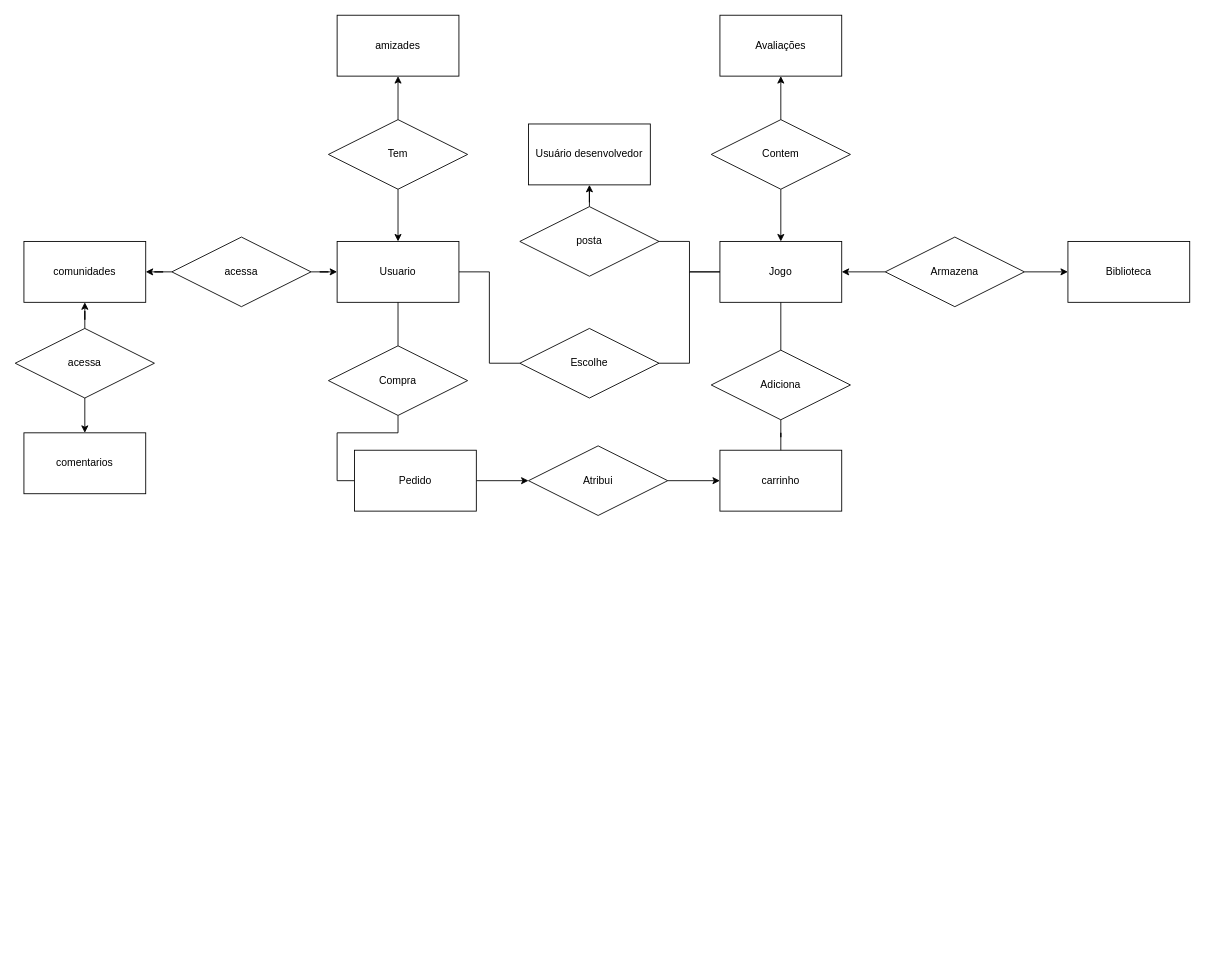
Above: server/nerd_db.drawio in retr0lbb/N.E.R.D (draw.io), before the change. Source tidied: cells renumbered, new cells numbered last; positions are measured from the earlier drawing's top-left corner, leaving out a move shared by most shapes. Both pictures are drawn from the tidied source at 87%, with x=0, y=0 at pixel (15, 15).
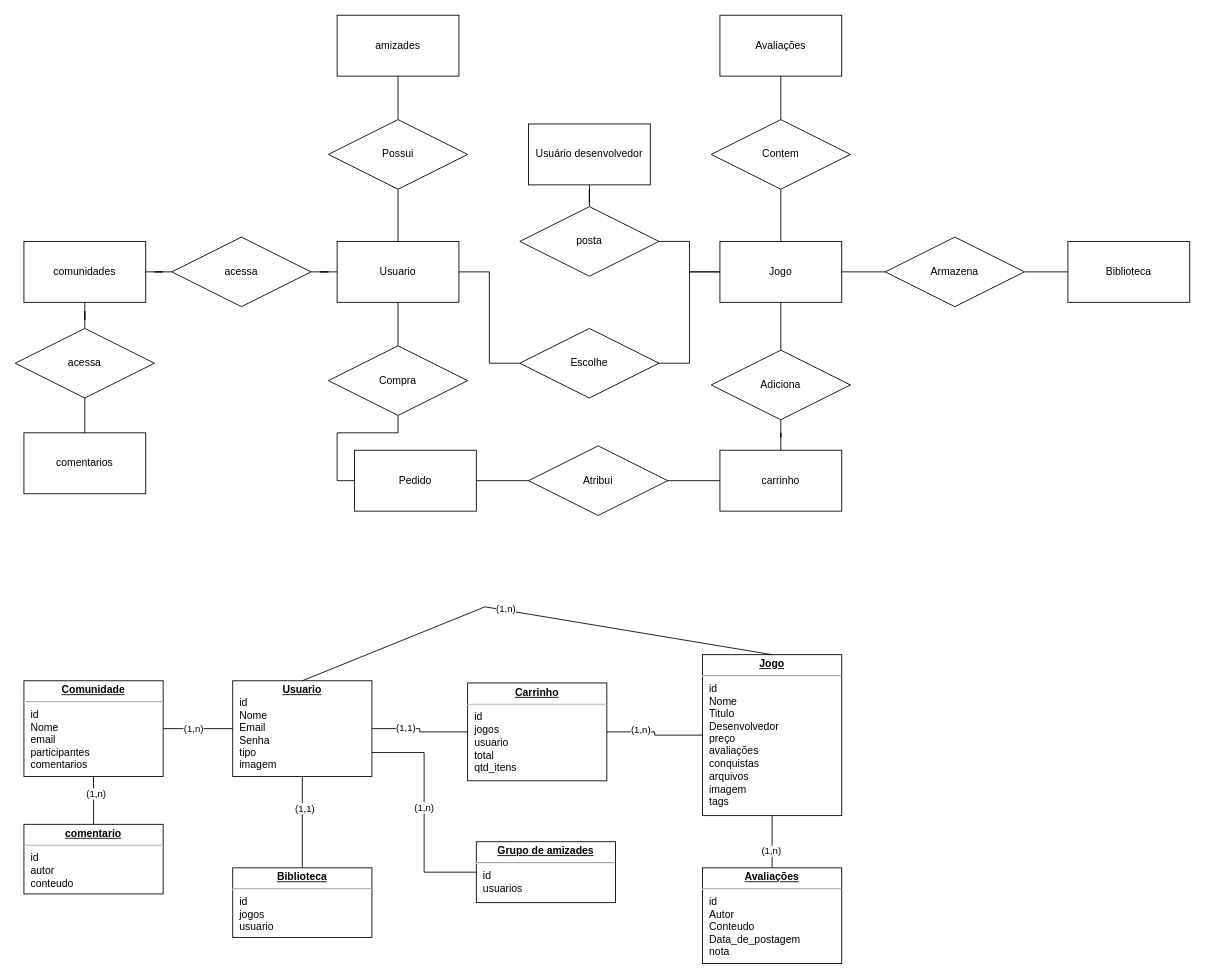
The same page after the edit.

The change refers to these unchanged cells:
```xml
<mxCell id="3" value="Usuario" style="rounded=0;whiteSpace=wrap;html=1;" parent="1" vertex="1">
  <mxGeometry x="370" y="260" width="140" height="70" as="geometry" />
</mxCell>
<mxCell id="4" value="Jogo" style="rounded=0;whiteSpace=wrap;html=1;" parent="1" vertex="1">
  <mxGeometry x="810" y="260" width="140" height="70" as="geometry" />
</mxCell>
<mxCell id="5" value="Biblioteca" style="rounded=0;whiteSpace=wrap;html=1;" parent="1" vertex="1">
  <mxGeometry x="1210" y="260" width="140" height="70" as="geometry" />
</mxCell>
<mxCell id="6" value="carrinho" style="rounded=0;whiteSpace=wrap;html=1;" parent="1" vertex="1">
  <mxGeometry x="810" y="500" width="140" height="70" as="geometry" />
</mxCell>
<mxCell id="7" value="amizades" style="rounded=0;whiteSpace=wrap;html=1;" parent="1" vertex="1">
  <mxGeometry x="370" width="140" height="70" as="geometry" />
</mxCell>
<mxCell id="8" value="comunidades" style="rounded=0;whiteSpace=wrap;html=1;" parent="1" vertex="1">
  <mxGeometry x="10" y="260" width="140" height="70" as="geometry" />
</mxCell>
<mxCell id="9" value="comentarios" style="rounded=0;whiteSpace=wrap;html=1;" parent="1" vertex="1">
  <mxGeometry x="10" y="480" width="140" height="70" as="geometry" />
</mxCell>
<mxCell id="10" value="Avaliações" style="rounded=0;whiteSpace=wrap;html=1;" parent="1" vertex="1">
  <mxGeometry x="810" width="140" height="70" as="geometry" />
</mxCell>
<mxCell id="13" value="Usuário desenvolvedor" style="rounded=0;whiteSpace=wrap;html=1;" parent="1" vertex="1">
  <mxGeometry x="590" y="125" width="140" height="70" as="geometry" />
</mxCell>
<mxCell id="21" value="Pedido" style="rounded=0;whiteSpace=wrap;html=1;" parent="1" vertex="1">
  <mxGeometry x="390" y="500" width="140" height="70" as="geometry" />
</mxCell>
<mxCell id="23" value="Atribui" style="rhombus;whiteSpace=wrap;html=1;" parent="1" vertex="1">
  <mxGeometry x="590" y="495" width="160" height="80" as="geometry" />
</mxCell>
<mxCell id="26" value="Armazena" style="rhombus;whiteSpace=wrap;html=1;" parent="1" vertex="1">
  <mxGeometry x="1000" y="255" width="160" height="80" as="geometry" />
</mxCell>
<mxCell id="29" value="Contem" style="rhombus;whiteSpace=wrap;html=1;" parent="1" vertex="1">
  <mxGeometry x="800" y="120" width="160" height="80" as="geometry" />
</mxCell>
<mxCell id="35" value="posta" style="rhombus;whiteSpace=wrap;html=1;" parent="1" vertex="1">
  <mxGeometry x="580" y="220" width="160" height="80" as="geometry" />
</mxCell>
<mxCell id="38" value="acessa" style="rhombus;whiteSpace=wrap;html=1;" parent="1" vertex="1">
  <mxGeometry x="180" y="255" width="160" height="80" as="geometry" />
</mxCell>
<mxCell id="41" value="acessa" style="rhombus;whiteSpace=wrap;html=1;" parent="1" vertex="1">
  <mxGeometry y="360" width="160" height="80" as="geometry" />
</mxCell>
```

The edit, as a diff of the source:
```diff
@@
-    <mxCell id="20" style="edgeStyle=orthogonalEdgeStyle;rounded=0;jettySize=auto;html=1;entryX=0;entryY=0.5;entryDx=0;entryDy=0;" parent="1" edge="1" source="21" target="23">
+    <mxCell id="20" style="edgeStyle=orthogonalEdgeStyle;rounded=0;jettySize=auto;html=1;entryX=0;entryY=0.5;entryDx=0;entryDy=0;endArrow=none;endFill=0;" parent="1" edge="1" source="21" target="23">
       <mxGeometry relative="1" as="geometry" />
     </mxCell>
@@
-    <mxCell id="22" style="edgeStyle=orthogonalEdgeStyle;rounded=0;jettySize=auto;html=1;entryX=0;entryY=0.5;entryDx=0;entryDy=0;" parent="1" edge="1" source="23" target="6">
+    <mxCell id="22" style="edgeStyle=orthogonalEdgeStyle;rounded=0;jettySize=auto;html=1;entryX=0;entryY=0.5;entryDx=0;entryDy=0;endArrow=none;endFill=0;" parent="1" edge="1" source="23" target="6">
       <mxGeometry relative="1" as="geometry" />
     </mxCell>
@@
-    <mxCell id="24" style="edgeStyle=orthogonalEdgeStyle;rounded=0;jettySize=auto;html=1;entryX=1;entryY=0.5;entryDx=0;entryDy=0;" parent="1" edge="1" source="26" target="4">
+    <mxCell id="24" style="edgeStyle=orthogonalEdgeStyle;rounded=0;jettySize=auto;html=1;entryX=1;entryY=0.5;entryDx=0;entryDy=0;endArrow=none;endFill=0;" parent="1" edge="1" source="26" target="4">
       <mxGeometry relative="1" as="geometry" />
     </mxCell>
-    <mxCell id="25" style="edgeStyle=orthogonalEdgeStyle;rounded=0;jettySize=auto;html=1;entryX=0;entryY=0.5;entryDx=0;entryDy=0;" parent="1" edge="1" source="26" target="5">
+    <mxCell id="25" style="edgeStyle=orthogonalEdgeStyle;rounded=0;jettySize=auto;html=1;entryX=0;entryY=0.5;entryDx=0;entryDy=0;endArrow=none;endFill=0;" parent="1" edge="1" source="26" target="5">
       <mxGeometry relative="1" as="geometry" />
     </mxCell>
@@
-    <mxCell id="27" style="edgeStyle=orthogonalEdgeStyle;rounded=0;jettySize=auto;html=1;entryX=0.5;entryY=1;entryDx=0;entryDy=0;" parent="1" edge="1" source="29" target="10">
+    <mxCell id="27" style="edgeStyle=orthogonalEdgeStyle;rounded=0;jettySize=auto;html=1;entryX=0.5;entryY=1;entryDx=0;entryDy=0;endArrow=none;endFill=0;" parent="1" edge="1" source="29" target="10">
       <mxGeometry relative="1" as="geometry" />
     </mxCell>
-    <mxCell id="28" style="edgeStyle=orthogonalEdgeStyle;rounded=0;jettySize=auto;html=1;" parent="1" edge="1" source="29" target="4">
+    <mxCell id="28" style="edgeStyle=orthogonalEdgeStyle;rounded=0;jettySize=auto;html=1;endArrow=none;endFill=0;" parent="1" edge="1" source="29" target="4">
       <mxGeometry relative="1" as="geometry" />
     </mxCell>
@@
-    <mxCell id="30" style="edgeStyle=orthogonalEdgeStyle;rounded=0;jettySize=auto;html=1;entryX=0.5;entryY=1;entryDx=0;entryDy=0;" parent="1" edge="1" source="32" target="7">
+    <mxCell id="30" style="edgeStyle=orthogonalEdgeStyle;rounded=0;jettySize=auto;html=1;entryX=0.5;entryY=1;entryDx=0;entryDy=0;endArrow=none;endFill=0;" parent="1" edge="1" source="32" target="7">
       <mxGeometry relative="1" as="geometry" />
     </mxCell>
-    <mxCell id="31" style="edgeStyle=orthogonalEdgeStyle;rounded=0;jettySize=auto;html=1;" parent="1" edge="1" source="32" target="3">
+    <mxCell id="31" style="edgeStyle=orthogonalEdgeStyle;rounded=0;jettySize=auto;html=1;endArrow=none;endFill=0;" parent="1" edge="1" source="32" target="3">
       <mxGeometry relative="1" as="geometry" />
     </mxCell>
-    <mxCell id="32" value="Tem" style="rhombus;whiteSpace=wrap;html=1;" parent="1" vertex="1">
+    <mxCell id="32" value="Possui" style="rhombus;whiteSpace=wrap;html=1;" parent="1" vertex="1">
       <mxGeometry x="360" y="120" width="160" height="80" as="geometry" />
     </mxCell>
-    <mxCell id="33" style="edgeStyle=orthogonalEdgeStyle;rounded=0;jettySize=auto;html=1;entryX=0.5;entryY=1;entryDx=0;entryDy=0;" parent="1" edge="1" source="35" target="13">
+    <mxCell id="33" style="edgeStyle=orthogonalEdgeStyle;rounded=0;jettySize=auto;html=1;entryX=0.5;entryY=1;entryDx=0;entryDy=0;endArrow=none;endFill=0;" parent="1" edge="1" source="35" target="13">
       <mxGeometry relative="1" as="geometry" />
     </mxCell>
@@
-    <mxCell id="36" style="edgeStyle=orthogonalEdgeStyle;rounded=0;jettySize=auto;html=1;entryX=1;entryY=0.5;entryDx=0;entryDy=0;" parent="1" edge="1" source="38" target="8">
+    <mxCell id="36" style="edgeStyle=orthogonalEdgeStyle;rounded=0;jettySize=auto;html=1;entryX=1;entryY=0.5;entryDx=0;entryDy=0;endArrow=none;endFill=0;" parent="1" edge="1" source="38" target="8">
       <mxGeometry relative="1" as="geometry" />
     </mxCell>
-    <mxCell id="37" style="edgeStyle=orthogonalEdgeStyle;rounded=0;jettySize=auto;html=1;" parent="1" edge="1" source="38" target="3">
+    <mxCell id="37" style="edgeStyle=orthogonalEdgeStyle;rounded=0;jettySize=auto;html=1;endArrow=none;endFill=0;" parent="1" edge="1" source="38" target="3">
       <mxGeometry relative="1" as="geometry" />
     </mxCell>
@@
-    <mxCell id="39" style="edgeStyle=orthogonalEdgeStyle;rounded=0;jettySize=auto;html=1;entryX=0.5;entryY=1;entryDx=0;entryDy=0;" parent="1" edge="1" source="41" target="8">
+    <mxCell id="39" style="edgeStyle=orthogonalEdgeStyle;rounded=0;jettySize=auto;html=1;entryX=0.5;entryY=1;entryDx=0;entryDy=0;endArrow=none;endFill=0;" parent="1" edge="1" source="41" target="8">
       <mxGeometry relative="1" as="geometry" />
     </mxCell>
-    <mxCell id="40" style="edgeStyle=orthogonalEdgeStyle;rounded=0;jettySize=auto;html=1;entryX=0.5;entryY=0;entryDx=0;entryDy=0;" parent="1" edge="1" source="41" target="9">
+    <mxCell id="40" style="edgeStyle=orthogonalEdgeStyle;rounded=0;jettySize=auto;html=1;entryX=0.5;entryY=0;entryDx=0;entryDy=0;endArrow=none;endFill=0;" parent="1" edge="1" source="41" target="9">
       <mxGeometry relative="1" as="geometry" />
     </mxCell>
@@
+    <mxCell id="42" value="&lt;p style=&quot;margin:0px;margin-top:4px;text-align:center;text-decoration:underline;&quot;&gt;&lt;b&gt;Usuario&lt;/b&gt;&lt;/p&gt;&lt;p style=&quot;margin:0px;margin-left:8px;&quot;&gt;id&lt;/p&gt;&lt;p style=&quot;margin:0px;margin-left:8px;&quot;&gt;Nome&lt;/p&gt;&lt;p style=&quot;margin:0px;margin-left:8px;&quot;&gt;Email&lt;/p&gt;&lt;p style=&quot;margin:0px;margin-left:8px;&quot;&gt;Senha&lt;/p&gt;&lt;p style=&quot;margin:0px;margin-left:8px;&quot;&gt;tipo&lt;/p&gt;&lt;p style=&quot;margin:0px;margin-left:8px;&quot;&gt;imagem&lt;/p&gt;" style="verticalAlign=top;align=left;overflow=fill;fontSize=12;fontFamily=Helvetica;html=1;whiteSpace=wrap;" parent="1" vertex="1">
+      <mxGeometry x="250" y="765" width="160" height="110" as="geometry" />
+    </mxCell>
+    <mxCell id="43" value="&lt;p style=&quot;margin:0px;margin-top:4px;text-align:center;text-decoration:underline;&quot;&gt;&lt;b&gt;Jogo&lt;/b&gt;&lt;/p&gt;&lt;hr&gt;&lt;p style=&quot;margin:0px;margin-left:8px;&quot;&gt;id&lt;/p&gt;&lt;p style=&quot;margin:0px;margin-left:8px;&quot;&gt;Nome&lt;/p&gt;&lt;p style=&quot;margin:0px;margin-left:8px;&quot;&gt;Titulo&lt;/p&gt;&lt;p style=&quot;margin:0px;margin-left:8px;&quot;&gt;Desenvolvedor&lt;/p&gt;&lt;p style=&quot;margin:0px;margin-left:8px;&quot;&gt;preço&lt;/p&gt;&lt;p style=&quot;margin:0px;margin-left:8px;&quot;&gt;avaliações&lt;/p&gt;&lt;p style=&quot;margin:0px;margin-left:8px;&quot;&gt;conquistas&lt;/p&gt;&lt;p style=&quot;margin:0px;margin-left:8px;&quot;&gt;arquivos&lt;/p&gt;&lt;p style=&quot;margin:0px;margin-left:8px;&quot;&gt;imagem&lt;/p&gt;&lt;p style=&quot;margin:0px;margin-left:8px;&quot;&gt;tags&lt;/p&gt;" style="verticalAlign=top;align=left;overflow=fill;fontSize=12;fontFamily=Helvetica;html=1;whiteSpace=wrap;" parent="1" vertex="1">
+      <mxGeometry x="790" y="735" width="160" height="185" as="geometry" />
+    </mxCell>
+    <mxCell id="44" style="edgeStyle=orthogonalEdgeStyle;rounded=0;jettySize=auto;html=1;entryX=0.5;entryY=1;entryDx=0;entryDy=0;endArrow=none;endFill=0;" parent="1" edge="1" source="46" target="42">
+      <mxGeometry relative="1" as="geometry" />
+    </mxCell>
+    <mxCell id="45" value="(1,1)" style="edgeLabel;html=1;align=center;verticalAlign=middle;" parent="44" vertex="1">
+      <mxGeometry x="0.32" y="-2" relative="1" as="geometry" />
+    </mxCell>
+    <mxCell id="46" value="&lt;p style=&quot;margin:0px;margin-top:4px;text-align:center;text-decoration:underline;&quot;&gt;&lt;b&gt;Biblioteca&lt;/b&gt;&lt;/p&gt;&lt;hr&gt;&lt;p style=&quot;margin:0px;margin-left:8px;&quot;&gt;id&lt;/p&gt;&lt;p style=&quot;margin:0px;margin-left:8px;&quot;&gt;jogos&lt;/p&gt;&lt;p style=&quot;margin:0px;margin-left:8px;&quot;&gt;usuario&lt;/p&gt;" style="verticalAlign=top;align=left;overflow=fill;fontSize=12;fontFamily=Helvetica;html=1;whiteSpace=wrap;" parent="1" vertex="1">
+      <mxGeometry x="250" y="980" width="160" height="80" as="geometry" />
+    </mxCell>
+    <mxCell id="47" value="&lt;p style=&quot;margin:0px;margin-top:4px;text-align:center;text-decoration:underline;&quot;&gt;&lt;b&gt;Carrinho&lt;/b&gt;&lt;/p&gt;&lt;hr&gt;&lt;p style=&quot;margin:0px;margin-left:8px;&quot;&gt;id&lt;/p&gt;&lt;p style=&quot;margin:0px;margin-left:8px;&quot;&gt;jogos&lt;/p&gt;&lt;p style=&quot;margin:0px;margin-left:8px;&quot;&gt;usuario&lt;/p&gt;&lt;p style=&quot;margin:0px;margin-left:8px;&quot;&gt;total&lt;/p&gt;&lt;p style=&quot;margin:0px;margin-left:8px;&quot;&gt;qtd_itens&lt;/p&gt;" style="verticalAlign=top;align=left;overflow=fill;fontSize=12;fontFamily=Helvetica;html=1;whiteSpace=wrap;" parent="1" vertex="1">
+      <mxGeometry x="520" y="767.5" width="160" height="112.5" as="geometry" />
+    </mxCell>
+    <mxCell id="48" style="edgeStyle=orthogonalEdgeStyle;rounded=0;jettySize=auto;html=1;entryX=1;entryY=0.5;entryDx=0;entryDy=0;endArrow=none;endFill=0;exitX=0;exitY=0.5;exitDx=0;exitDy=0;" parent="1" edge="1" source="47" target="42">
+      <mxGeometry relative="1" as="geometry" />
+    </mxCell>
+    <mxCell id="49" value="(1,1)" style="edgeLabel;html=1;align=center;verticalAlign=middle;" parent="48" vertex="1">
+      <mxGeometry x="0.32" y="-2" relative="1" as="geometry" />
+    </mxCell>
+    <mxCell id="50" style="edgeStyle=orthogonalEdgeStyle;rounded=0;jettySize=auto;html=1;entryX=1;entryY=0.5;entryDx=0;entryDy=0;endArrow=none;endFill=0;exitX=0;exitY=0.5;exitDx=0;exitDy=0;" parent="1" edge="1" source="43" target="47">
+      <mxGeometry relative="1" as="geometry" />
+    </mxCell>
+    <mxCell id="51" value="(1,n)" style="edgeLabel;html=1;align=center;verticalAlign=middle;" parent="50" vertex="1">
+      <mxGeometry x="0.32" y="-2" relative="1" as="geometry" />
+    </mxCell>
+    <mxCell id="52" value="&lt;p style=&quot;margin:0px;margin-top:4px;text-align:center;text-decoration:underline;&quot;&gt;&lt;b&gt;Avaliações&lt;/b&gt;&lt;/p&gt;&lt;hr&gt;&lt;p style=&quot;margin:0px;margin-left:8px;&quot;&gt;id&lt;/p&gt;&lt;p style=&quot;margin:0px;margin-left:8px;&quot;&gt;Autor&lt;/p&gt;&lt;p style=&quot;margin:0px;margin-left:8px;&quot;&gt;Conteudo&lt;/p&gt;&lt;p style=&quot;margin:0px;margin-left:8px;&quot;&gt;Data_de_postagem&lt;/p&gt;&lt;p style=&quot;margin:0px;margin-left:8px;&quot;&gt;nota&lt;/p&gt;" style="verticalAlign=top;align=left;overflow=fill;fontSize=12;fontFamily=Helvetica;html=1;whiteSpace=wrap;" parent="1" vertex="1">
+      <mxGeometry x="790" y="980" width="160" height="110" as="geometry" />
+    </mxCell>
+    <mxCell id="53" style="edgeStyle=orthogonalEdgeStyle;rounded=0;jettySize=auto;html=1;entryX=0.5;entryY=0;entryDx=0;entryDy=0;endArrow=none;endFill=0;exitX=0.5;exitY=1;exitDx=0;exitDy=0;" parent="1" edge="1" source="43" target="52">
+      <mxGeometry relative="1" as="geometry" />
+    </mxCell>
+    <mxCell id="54" value="(1,n)" style="edgeLabel;html=1;align=center;verticalAlign=middle;" parent="53" vertex="1">
+      <mxGeometry x="0.32" y="-2" relative="1" as="geometry" />
+    </mxCell>
+    <mxCell id="55" style="edgeStyle=orthogonalEdgeStyle;rounded=0;jettySize=auto;html=1;entryX=0;entryY=0.5;entryDx=0;entryDy=0;endArrow=none;endFill=0;" parent="1" edge="1" source="57" target="42">
+      <mxGeometry relative="1" as="geometry" />
+    </mxCell>
+    <mxCell id="56" value="(1,n)" style="edgeLabel;html=1;align=center;verticalAlign=middle;" parent="55" vertex="1">
+      <mxGeometry x="-0.15" y="1" relative="1" as="geometry" />
+    </mxCell>
+    <mxCell id="57" value="&lt;p style=&quot;margin:0px;margin-top:4px;text-align:center;text-decoration:underline;&quot;&gt;&lt;b&gt;Comunidade&lt;/b&gt;&lt;/p&gt;&lt;hr&gt;&lt;p style=&quot;margin:0px;margin-left:8px;&quot;&gt;id&lt;/p&gt;&lt;p style=&quot;margin:0px;margin-left:8px;&quot;&gt;Nome&lt;/p&gt;&lt;p style=&quot;margin:0px;margin-left:8px;&quot;&gt;&lt;span style=&quot;background-color: initial;&quot;&gt;email&lt;/span&gt;&lt;/p&gt;&lt;p style=&quot;margin:0px;margin-left:8px;&quot;&gt;&lt;span style=&quot;background-color: initial;&quot;&gt;participantes&lt;/span&gt;&lt;/p&gt;&lt;p style=&quot;margin:0px;margin-left:8px;&quot;&gt;&lt;span style=&quot;background-color: initial;&quot;&gt;comentarios&lt;/span&gt;&lt;/p&gt;" style="verticalAlign=top;align=left;overflow=fill;fontSize=12;fontFamily=Helvetica;html=1;whiteSpace=wrap;" parent="1" vertex="1">
+      <mxGeometry x="10" y="765" width="160" height="110" as="geometry" />
+    </mxCell>
+    <mxCell id="58" value="&lt;p style=&quot;margin:0px;margin-top:4px;text-align:center;text-decoration:underline;&quot;&gt;&lt;b&gt;comentario&lt;/b&gt;&lt;/p&gt;&lt;hr&gt;&lt;p style=&quot;margin:0px;margin-left:8px;&quot;&gt;id&lt;/p&gt;&lt;p style=&quot;margin:0px;margin-left:8px;&quot;&gt;autor&lt;/p&gt;&lt;p style=&quot;margin:0px;margin-left:8px;&quot;&gt;conteudo&lt;/p&gt;&lt;p style=&quot;margin:0px;margin-left:8px;&quot;&gt;&lt;br&gt;&lt;/p&gt;" style="verticalAlign=top;align=left;overflow=fill;fontSize=12;fontFamily=Helvetica;html=1;whiteSpace=wrap;" parent="1" vertex="1">
+      <mxGeometry x="10" y="930" width="160" height="80" as="geometry" />
+    </mxCell>
+    <mxCell id="59" style="edgeStyle=orthogonalEdgeStyle;rounded=0;jettySize=auto;html=1;entryX=0.5;entryY=1;entryDx=0;entryDy=0;endArrow=none;endFill=0;exitX=0.5;exitY=0;exitDx=0;exitDy=0;" parent="1" edge="1" source="58" target="57">
+      <mxGeometry relative="1" as="geometry" />
+    </mxCell>
+    <mxCell id="60" value="(1,n)" style="edgeLabel;html=1;align=center;verticalAlign=middle;" parent="59" vertex="1">
+      <mxGeometry x="0.32" y="-2" relative="1" as="geometry" />
+    </mxCell>
+    <mxCell id="61" style="edgeStyle=orthogonalEdgeStyle;rounded=0;jettySize=auto;html=1;entryX=1;entryY=0.75;entryDx=0;entryDy=0;endArrow=none;endFill=0;" parent="1" edge="1" source="63" target="42">
+      <mxGeometry relative="1" as="geometry" />
+    </mxCell>
+    <mxCell id="62" value="(1,n)" style="edgeLabel;html=1;align=center;verticalAlign=middle;" parent="61" vertex="1">
+      <mxGeometry x="0.05" y="1" relative="1" as="geometry" />
+    </mxCell>
+    <mxCell id="63" value="&lt;p style=&quot;margin:0px;margin-top:4px;text-align:center;text-decoration:underline;&quot;&gt;&lt;b&gt;Grupo de amizades&lt;/b&gt;&lt;/p&gt;&lt;hr&gt;&lt;p style=&quot;margin:0px;margin-left:8px;&quot;&gt;id&lt;/p&gt;&lt;p style=&quot;margin:0px;margin-left:8px;&quot;&gt;usuarios&lt;/p&gt;" style="verticalAlign=top;align=left;overflow=fill;fontSize=12;fontFamily=Helvetica;html=1;whiteSpace=wrap;" parent="1" vertex="1">
+      <mxGeometry x="530" y="950" width="160" height="70" as="geometry" />
+    </mxCell>
+    <mxCell id="64" style="endArrow=none;html=1;rounded=0;exitX=0.5;exitY=0;exitDx=0;exitDy=0;entryX=0.5;entryY=0;entryDx=0;entryDy=0;" parent="1" edge="1" source="42" target="43">
+      <mxGeometry relative="1" as="geometry">
+        <Array as="points">
+          <mxPoint x="540" y="680" />
+        </Array>
+      </mxGeometry>
+    </mxCell>
+    <mxCell id="65" value="(1,n)" style="edgeLabel;html=1;align=center;verticalAlign=middle;" parent="64" vertex="1">
+      <mxGeometry x="-0.11" y="1" relative="1" as="geometry" />
+    </mxCell>
```
